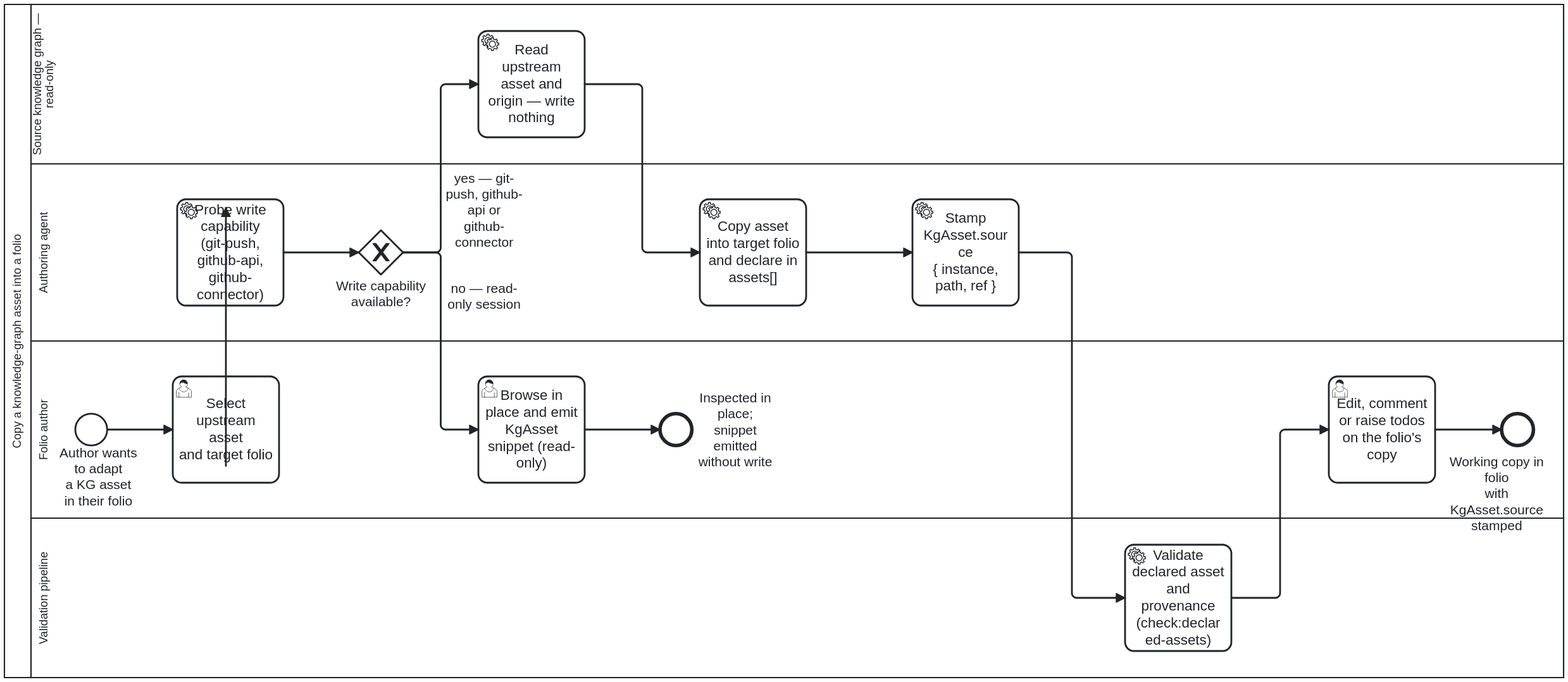
The BPMN diagram docs/assets/img/workflows/copy-into-folio.svg in litlfred/cat-harness, before a commit. Its source is kept beside it as processes/kg/copy-into-folio.bpmn. Ids are renumbered.
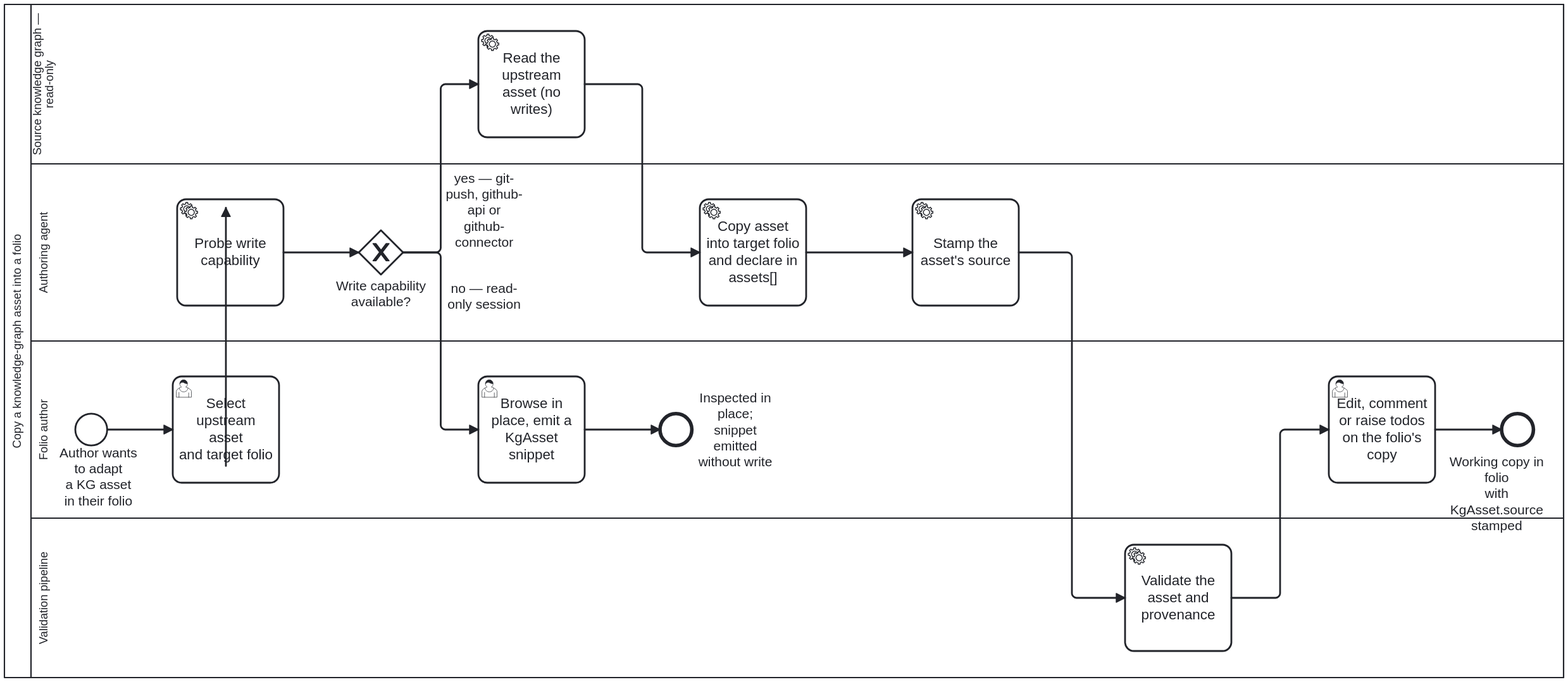
Above is the later version.

The edit, as a diff of the source:
```diff
@@ -77,7 +77,7 @@
       <bpmn:outgoing>Flow_ChooseToProbe</bpmn:outgoing>
     </bpmn:userTask>
 
-    <bpmn:serviceTask id="Task_ProbeWriteCapability" name="Probe write capability&#10;(git-push, github-api, github-connector)">
+    <bpmn:serviceTask id="Task_ProbeWriteCapability" name="Probe write capability">
       <bpmn:documentation>Check whether the session holds at least one of the three write capabilities (`git-push`, `github-api`, or `github-connector` under `scenarios/capabilities/`). Keep available, absent and could-not-determine distinct.</bpmn:documentation>
       <bpmn:extensionElements>
         <bootstrap.processes:skill ref="kg-affordances"/>
@@ -93,7 +93,7 @@
       <bpmn:outgoing>Flow_CanWriteNo</bpmn:outgoing>
     </bpmn:exclusiveGateway>
 
-    <bpmn:userTask id="Task_InspectReadOnly" name="Browse in place and emit&#10;KgAsset snippet (read-only)">
+    <bpmn:userTask id="Task_InspectReadOnly" name="Browse in place, emit a KgAsset snippet">
       <bpmn:documentation>Clean degradation when no write capability (`git-push`, `github-api`, `github-connector`) is present: inspect the asset in place through the zero-write `browse` affordance and output the ready-to-paste `KgAsset` entry (with `source: { instance, path, ref }` populated) so the author can apply it where they have write access.</bpmn:documentation>
       <bpmn:extensionElements>
         <bootstrap.processes:skill ref="kg-affordances"/>
@@ -106,7 +106,7 @@
       <bpmn:incoming>Flow_InspectToEnd</bpmn:incoming>
     </bpmn:endEvent>
 
-    <bpmn:serviceTask id="Task_ReadUpstreamAsset" name="Read upstream asset and&#10;origin — write nothing">
+    <bpmn:serviceTask id="Task_ReadUpstreamAsset" name="Read the upstream asset (no writes)">
       <bpmn:documentation>Read the asset bytes and its origin coordinates (`instance` as `&lt;owner&gt;/&lt;repo&gt;`, `path` within that instance, and commit `ref`) from the source knowledge graph without modifying anything in the source lane.</bpmn:documentation>
       <bpmn:extensionElements>
         <bootstrap.processes:skill ref="kg-affordances"/>
@@ -125,7 +125,7 @@
       <bpmn:outgoing>Flow_CopyToStamp</bpmn:outgoing>
     </bpmn:serviceTask>
 
-    <bpmn:serviceTask id="Task_StampAssetSource" name="Stamp KgAsset.source&#10;{ instance, path, ref }">
+    <bpmn:serviceTask id="Task_StampAssetSource" name="Stamp the asset's source">
       <bpmn:documentation>Populate `source: { instance, path, ref }` (`AssetSourceSchema` in `schemas/kg/kg-node.ts`) on the new `KgAsset` entry in the same change. Because `source` absent is a third state meaning "authored locally in this instance", omitting `source` on a copied asset is forbidden.</bpmn:documentation>
       <bpmn:extensionElements>
         <bootstrap.processes:skill ref="kg-affordances"/>
@@ -136,7 +136,7 @@
       <bpmn:outgoing>Flow_StampToValidate</bpmn:outgoing>
     </bpmn:serviceTask>
 
-    <bpmn:serviceTask id="Task_ValidateDeclaredAsset" name="Validate declared asset and&#10;provenance (check:declared-assets)">
+    <bpmn:serviceTask id="Task_ValidateDeclaredAsset" name="Validate the asset and provenance">
       <bpmn:documentation>Run `bun run cat check:declaration-resolution` (`check:declared-assets`) to verify that the copied asset exists at its declared path, its `KgAsset.source` conforms to `AssetSourceSchema`, and the upstream source graph remains untouched.</bpmn:documentation>
       <bpmn:extensionElements>
         <bootstrap.processes:skill ref="kg-affordances"/>
```
